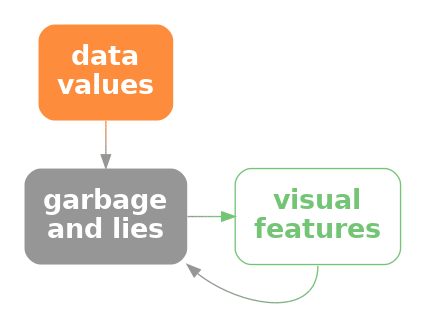
The Graphviz diagram Diagrams/lie-vis-decode.png in pmur002/hdvw, before a commit. Its source is kept beside it as Diagrams/lie-vis-decode.dot.
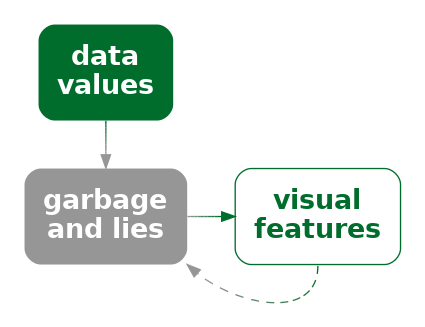
The same file after the commit.

The edit, as a diff of the source:
```diff
@@ -1,12 +1,12 @@
 digraph {
   graph [ rankdir=LR; margin=.2; nodesep=.5 ];
   node [ fontsize=20; fontname="sans bold"; margin=.2 ];
-  data [ label="data\nvalues"; shape=box; style="filled, rounded"; penwidth=0; fontcolor=white; fillcolor="#FD8D3C" ]
+  data [ label="data\nvalues"; shape=box; style="filled, rounded"; penwidth=0; fontcolor=white; fillcolor="#006D2C" ]
   lie [ label="garbage\nand lies"; shape=box; style="filled, rounded"; penwidth=0; fontcolor=white; fillcolor="#969696" ]
   vis [ label="visual\nfeatures"; shape=box;
-     style="rounded"; color="#74C476"; fontcolor="#74C476" ]
-  data -> lie [ style="solid"; penwidth=1; color="#FD8D3C;0.1:#F28E46;0.1:#E68F50;0.1:#DB905A;0.1:#CF9164;0.1:#C4926E;0.1:#B89378;0.1:#AD9482;0.1:#A1958C;0.1:#969696;0.1" ]
-  lie -> vis [ style="bold"; penwidth=1; color="#969696;0.1:#929B92;0.1:#8EA08F;0.1:#8BA58B;0.1:#87AA88;0.1:#83B084;0.1:#7FB581;0.1:#7CBA7D;0.1:#78BF7A;0.1:#74C476;0.1" ]
-  vis:s -> lie:se [ style="solid", color="#74C476;0.1:#78BF7A;0.1:#7CBA7D;0.1:#7FB581;0.1:#83B084;0.1:#87AA88;0.1:#8BA58B;0.1:#8EA08F;0.1:#929B92;0.1:#969696;0.1" ]
+     style="rounded"; color="#006D2C"; fontcolor="#006D2C" ]
+  data -> lie [ style="solid"; penwidth=1; color="#006D2C;0.1:#117238;0.1:#217644;0.1:#327B4F;0.1:#437F5B;0.1:#538467;0.1:#648873;0.1:#758D7E;0.1:#85918A;0.1:#969696;0.1" ]
+  lie -> vis [ style="bold"; penwidth=1; color="#969696;0.1:#85918A;0.1:#758D7E;0.1:#648873;0.1:#538467;0.1:#437F5B;0.1:#327B4F;0.1:#217644;0.1:#117238;0.1:#006D2C;0.1" ]
+  vis:s -> lie:se [ style="dashed", color="#006D2C;0.1:#117238;0.1:#217644;0.1:#327B4F;0.1:#437F5B;0.1:#538467;0.1:#648873;0.1:#758D7E;0.1:#85918A;0.1:#969696;0.1" ]
 { rank=same; data, lie }
 }
```
